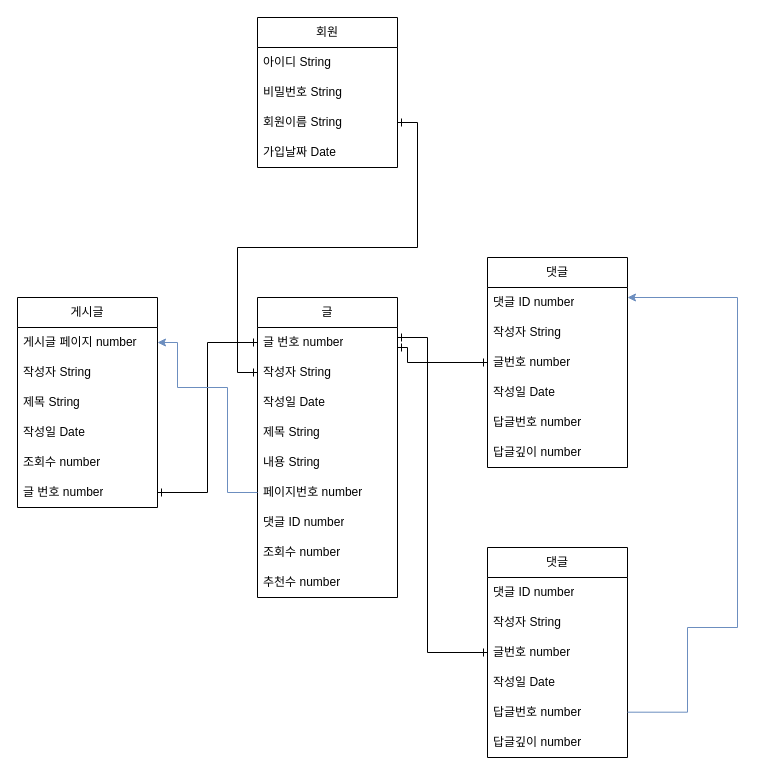
The draw.io diagram 제목 없는 다이어그램.drawio in web5-kimgangmoon/AWS1, before the edit. Source tidied: cells renumbered, new cells numbered last; positions are measured from the earlier drawing's top-left corner, leaving out a move shared by most shapes. Both pictures are drawn from the tidied source at 100%, with x=0, y=0 at pixel (17, 17).
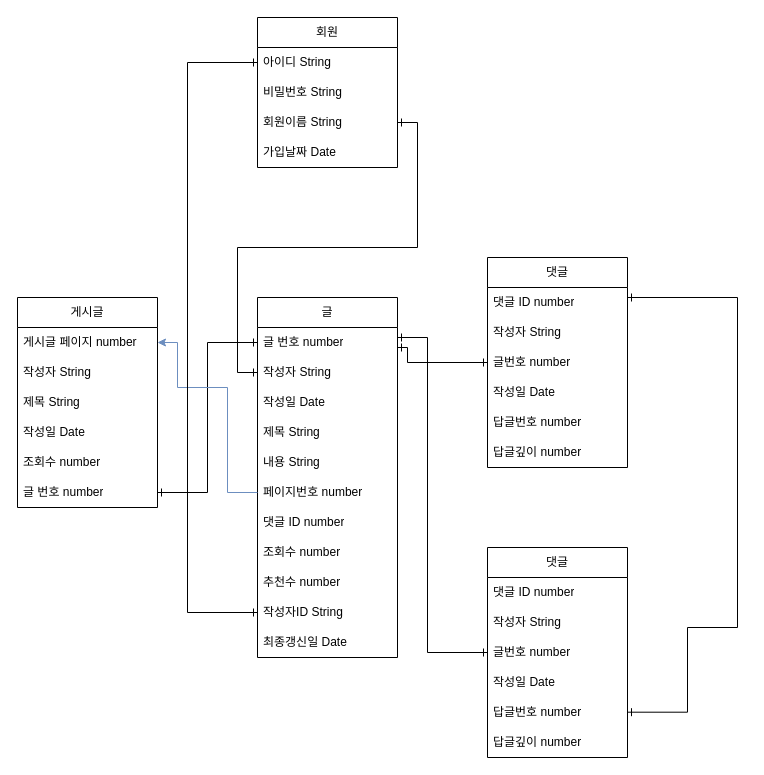
Above is the later version.

Unchanged cells that the change refers to:
```xml
<mxCell id="10" value="댓글 ID number" style="text;strokeColor=none;fillColor=none;align=left;verticalAlign=middle;spacingLeft=4;spacingRight=4;overflow=hidden;points=[[0,0.5],[1,0.5]];portConstraint=eastwest;whiteSpace=wrap;html=1;" parent="9" vertex="1">
  <mxGeometry y="30" width="140" height="30" as="geometry" />
</mxCell>
<mxCell id="18" value="작성자 String" style="text;strokeColor=none;fillColor=none;align=left;verticalAlign=middle;spacingLeft=4;spacingRight=4;overflow=hidden;points=[[0,0.5],[1,0.5]];portConstraint=eastwest;whiteSpace=wrap;html=1;" parent="16" vertex="1">
  <mxGeometry y="60" width="140" height="30" as="geometry" />
</mxCell>
<mxCell id="27" value="아이디 String" style="text;strokeColor=none;fillColor=none;align=left;verticalAlign=middle;spacingLeft=4;spacingRight=4;overflow=hidden;points=[[0,0.5],[1,0.5]];portConstraint=eastwest;whiteSpace=wrap;html=1;" parent="26" vertex="1">
  <mxGeometry y="30" width="140" height="30" as="geometry" />
</mxCell>
<mxCell id="29" value="회원이름 String" style="text;strokeColor=none;fillColor=none;align=left;verticalAlign=middle;spacingLeft=4;spacingRight=4;overflow=hidden;points=[[0,0.5],[1,0.5]];portConstraint=eastwest;whiteSpace=wrap;html=1;" parent="26" vertex="1">
  <mxGeometry y="90" width="140" height="30" as="geometry" />
</mxCell>
```

Diff of the diagram source:
```diff
@@
     <mxCell id="16" value="글" style="swimlane;fontStyle=0;horizontal=1;startSize=30;whiteSpace=wrap;html=1;" parent="1" vertex="1">
-      <mxGeometry x="240" y="280" width="140" height="300" as="geometry" />
+      <mxGeometry x="240" y="280" width="140" height="360" as="geometry" />
     </mxCell>
@@
+    <mxCell id="44" value="작성자ID String" style="text;strokeColor=none;fillColor=none;align=left;verticalAlign=middle;spacingLeft=4;spacingRight=4;overflow=hidden;points=[[0,0.5],[1,0.5]];portConstraint=eastwest;whiteSpace=wrap;html=1;" parent="16" vertex="1">
+      <mxGeometry y="300" width="140" height="30" as="geometry" />
+    </mxCell>
+    <mxCell id="45" value="최종갱신일 Date" style="text;strokeColor=none;fillColor=none;align=left;verticalAlign=middle;spacingLeft=4;spacingRight=4;overflow=hidden;whiteSpace=wrap;html=1;" parent="16" vertex="1">
+      <mxGeometry y="330" width="140" height="30" as="geometry" />
+    </mxCell>
@@
-    <mxCell id="42" style="edgeStyle=orthogonalEdgeStyle;rounded=0;jettySize=auto;html=1;fillColor=#dae8fc;strokeColor=#6c8ebf;" parent="1" edge="1" target="10">
+    <mxCell id="42" style="edgeStyle=orthogonalEdgeStyle;rounded=0;jettySize=auto;html=1;fillColor=#dae8fc;strokeColor=#000000;startArrow=ERone;startFill=0;endArrow=ERone;endFill=0;" parent="1" edge="1" target="10">
       <mxGeometry relative="1" as="geometry">
         <mxPoint x="610" y="694.7" as="sourcePoint" />
         <Array as="points">
           <mxPoint x="670" y="695" />
           <mxPoint x="670" y="610" />
           <mxPoint x="720" y="610" />
           <mxPoint x="720" y="280" />
         </Array>
       </mxGeometry>
     </mxCell>
-    <mxCell id="43" style="edgeStyle=orthogonalEdgeStyle;rounded=0;jettySize=auto;html=1;startArrow=ERone;startFill=0;endArrow=ERone;endFill=0;" parent="1" edge="1" source="18" target="29">
+    <mxCell id="43" style="edgeStyle=orthogonalEdgeStyle;rounded=0;jettySize=auto;html=1;startArrow=ERone;startFill=0;endArrow=ERone;endFill=0;fillColor=#dae8fc;strokeColor=#000000;" parent="1" edge="1" source="18" target="29">
       <mxGeometry relative="1" as="geometry" />
     </mxCell>
+    <mxCell id="46" style="edgeStyle=orthogonalEdgeStyle;rounded=0;jettySize=auto;html=1;entryX=0;entryY=0.5;entryDx=0;entryDy=0;exitX=0;exitY=0.5;exitDx=0;exitDy=0;fillColor=#dae8fc;strokeColor=#000000;endArrow=ERone;endFill=0;startArrow=ERone;startFill=0;" parent="1" edge="1" source="44" target="27">
+      <mxGeometry relative="1" as="geometry">
+        <Array as="points">
+          <mxPoint x="170" y="595" />
+          <mxPoint x="170" y="45" />
+        </Array>
+      </mxGeometry>
+    </mxCell>
```
